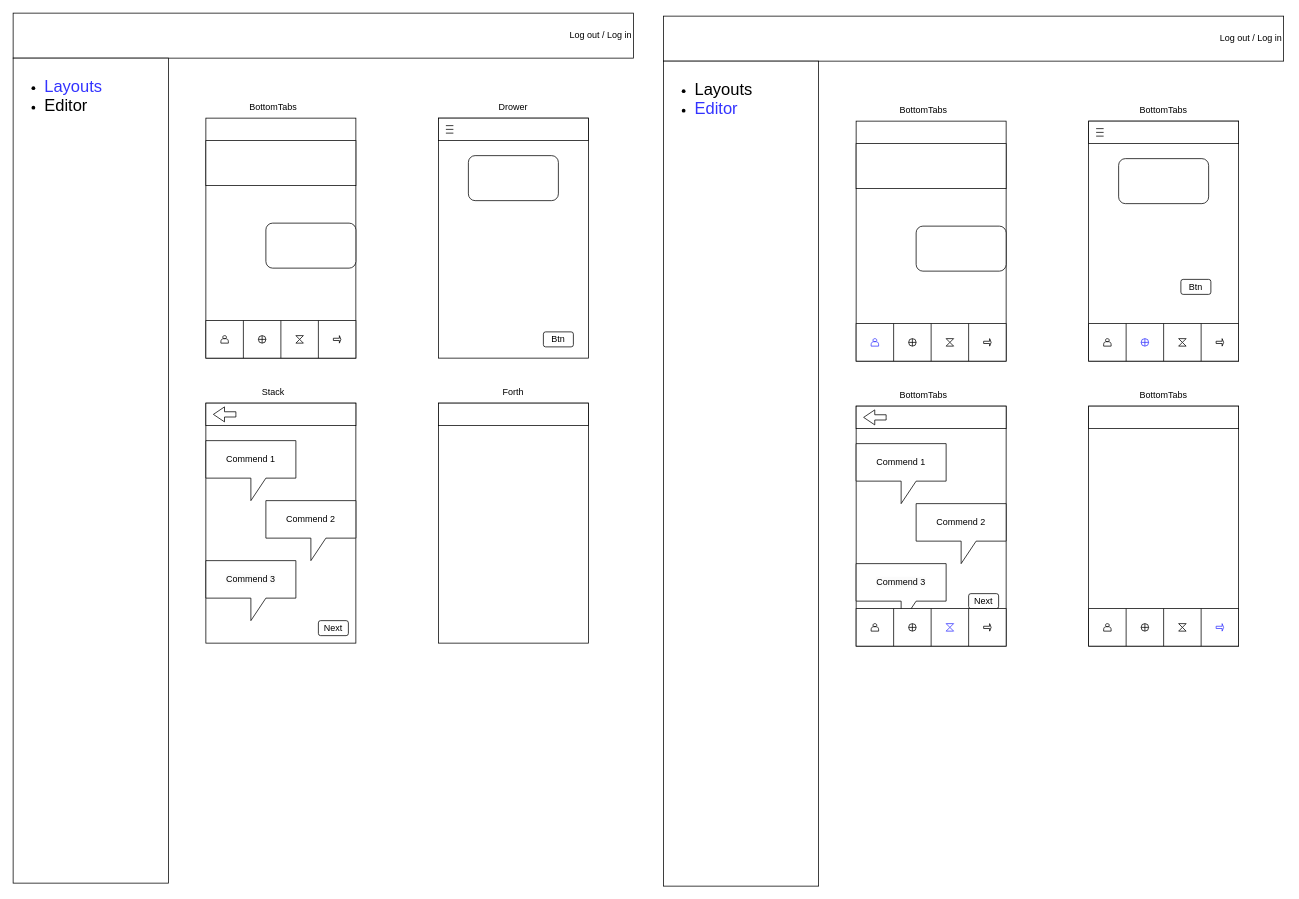
Earlier version of the draw.io diagram Диаграмма без названия.drawio (Egorwrk/draw.io). Source tidied: cells renumbered, new cells numbered last; positions are measured from the earlier drawing's top-left corner, leaving out a move shared by most shapes. Both pictures are drawn from the tidied source at 75%, with x=0, y=0 at pixel (13, 13).
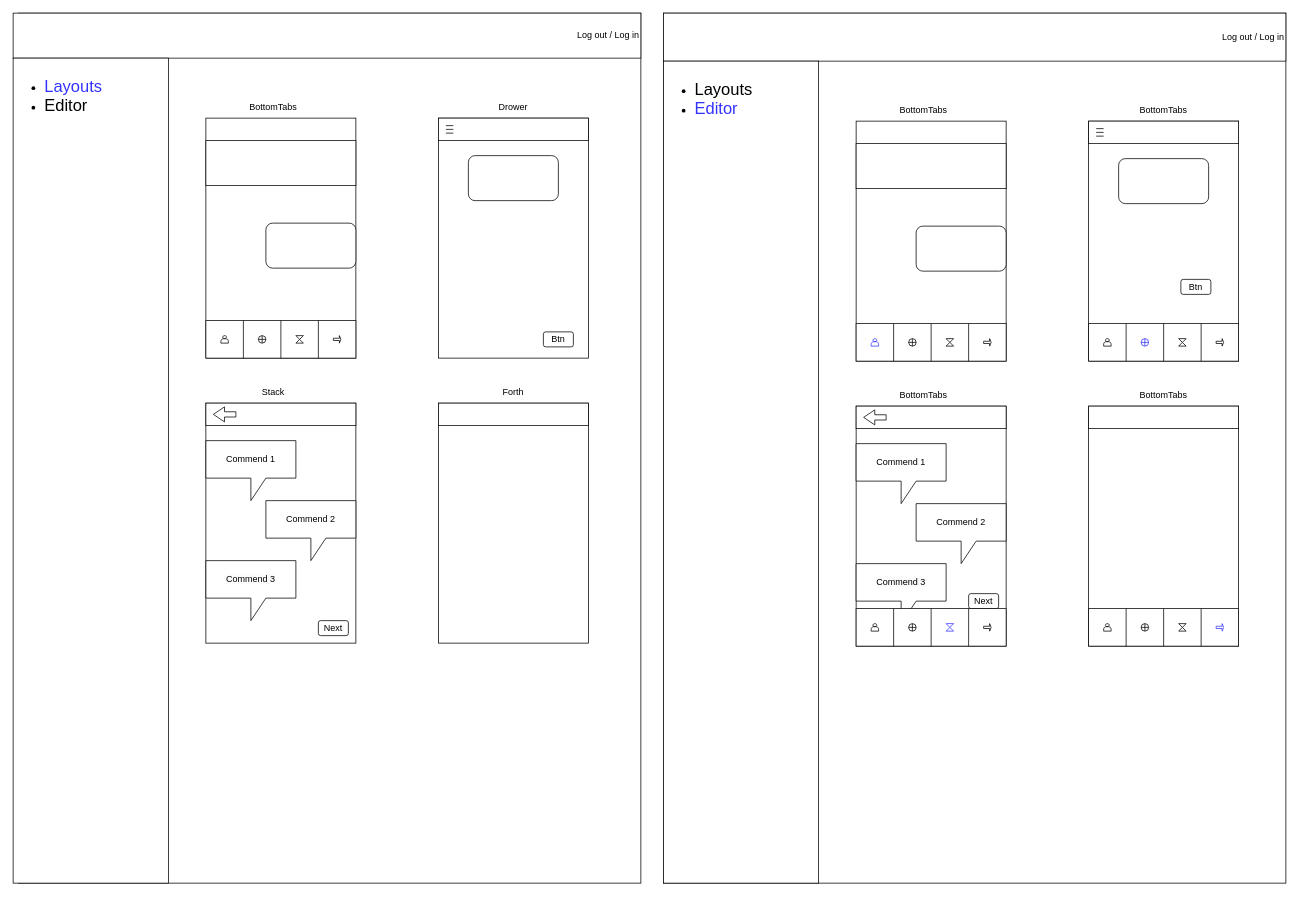
Above is the later version.

Commit message:
added page containers

Diff of the diagram source:
```diff
@@
+    <mxCell id="94" style="rounded=0;whiteSpace=wrap;html=1;" parent="1" vertex="1">
+      <mxGeometry x="7" width="830" height="1160" as="geometry" />
+    </mxCell>
+    <mxCell id="95" style="rounded=0;whiteSpace=wrap;html=1;" parent="1" vertex="1">
+      <mxGeometry x="867" width="830" height="1160" as="geometry" />
+    </mxCell>
     <mxCell id="2" value="Log out / Log in" style="rounded=0;whiteSpace=wrap;html=1;align=right;" parent="1" vertex="1">
-      <mxGeometry width="827" height="60" as="geometry" />
+      <mxGeometry width="837" height="60" as="geometry" />
     </mxCell>
@@
     <mxCell id="36" value="Log out / Log in" style="rounded=0;whiteSpace=wrap;html=1;align=right;" parent="1" vertex="1">
-      <mxGeometry x="867" y="4" width="827" height="60" as="geometry" />
+      <mxGeometry x="867" width="830" height="64" as="geometry" />
     </mxCell>
     <mxCell id="37" value="&lt;h2&gt;&lt;ul&gt;&lt;li&gt;&lt;span style=&quot;background-color: initial; font-weight: normal;&quot;&gt;&lt;font style=&quot;font-size: 22px;&quot;&gt;Layouts&lt;/font&gt;&lt;/span&gt;&lt;/li&gt;&lt;li&gt;&lt;span style=&quot;background-color: initial; font-weight: normal;&quot;&gt;&lt;font color=&quot;#3333ff&quot; style=&quot;font-size: 22px;&quot;&gt;Editor&lt;/font&gt;&lt;/span&gt;&lt;/li&gt;&lt;/ul&gt;&lt;/h2&gt;" style="rounded=0;whiteSpace=wrap;html=1;align=left;verticalAlign=top;" parent="1" vertex="1">
-      <mxGeometry x="867" y="64" width="207" height="1100" as="geometry" />
+      <mxGeometry x="867" y="64" width="207" height="1096" as="geometry" />
     </mxCell>
```
